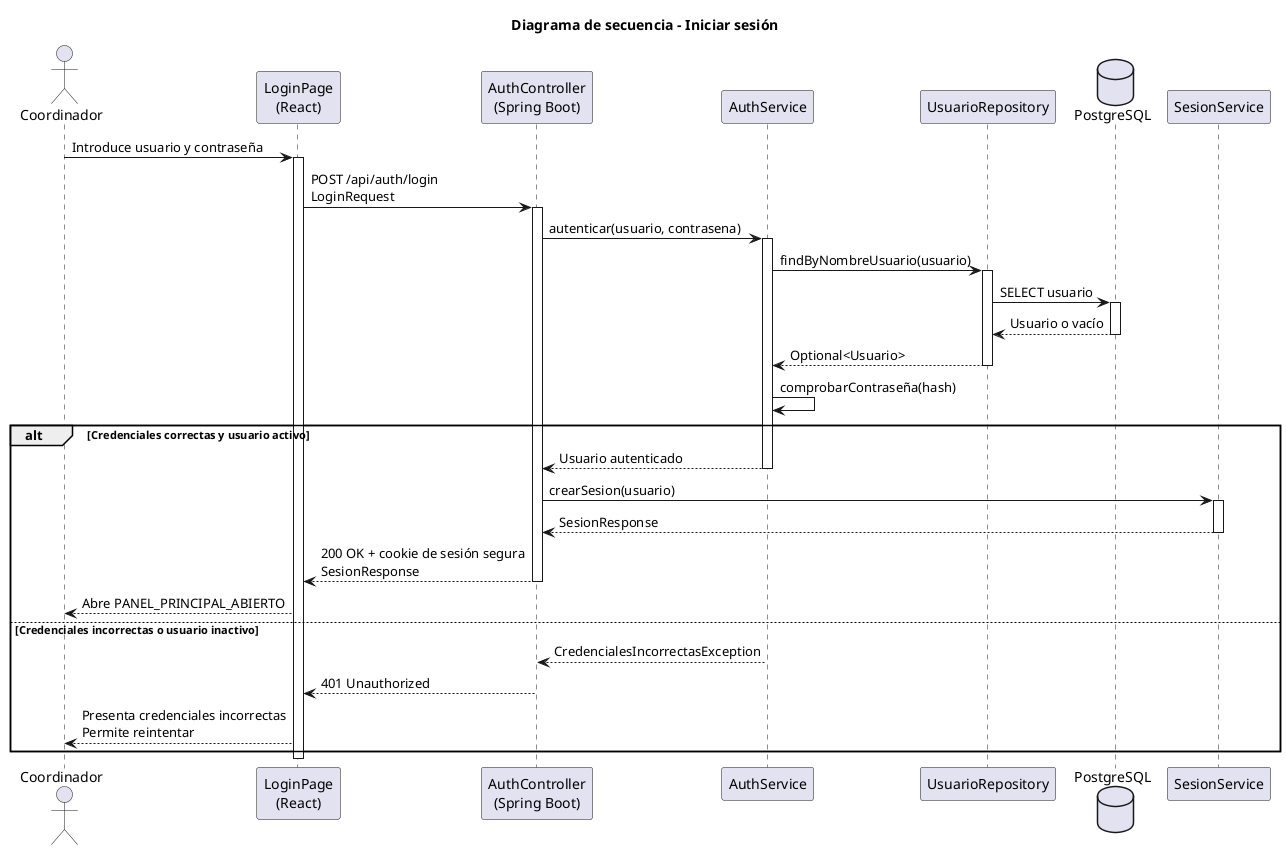
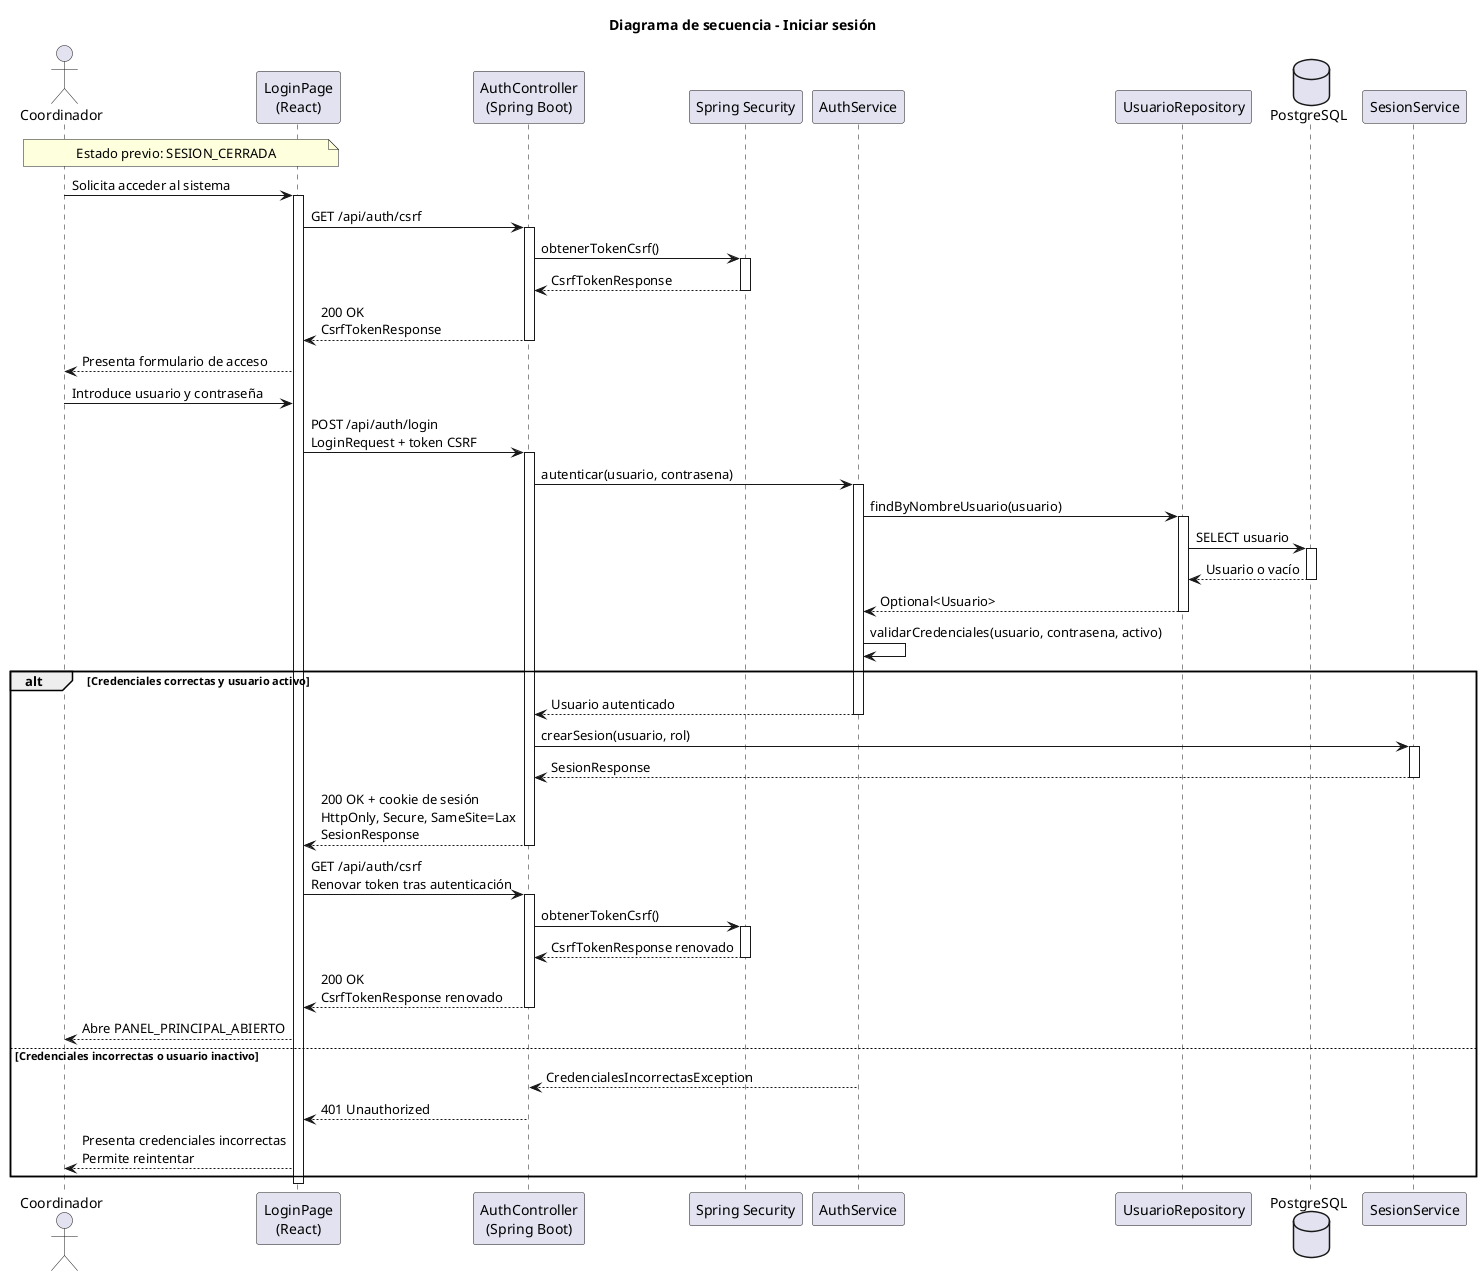
@startuml iniciarSesion-diseño
title Diagrama de secuencia - Iniciar sesión

actor Coordinador
participant "LoginPage\n(React)" as Frontend
participant "AuthController\n(Spring Boot)" as Api
+ participant "Spring Security" as Security
participant "AuthService" as Auth
participant "UsuarioRepository" as Repo
database "PostgreSQL" as Database
participant "SesionService" as Sesion

+ note over Coordinador, Frontend
+ Estado previo: SESION_CERRADA
+ end note
+ 
+ Coordinador -> Frontend: Solicita acceder al sistema
+ activate Frontend
+ Frontend -> Api: GET /api/auth/csrf
+ activate Api
+ Api -> Security: obtenerTokenCsrf()
+ activate Security
+ Security --> Api: CsrfTokenResponse
+ deactivate Security
+ Api --> Frontend: 200 OK\nCsrfTokenResponse
+ deactivate Api
+ Frontend --> Coordinador: Presenta formulario de acceso
Coordinador -> Frontend: Introduce usuario y contraseña
- activate Frontend
- Frontend -> Api: POST /api/auth/login\nLoginRequest
+ Frontend -> Api: POST /api/auth/login\nLoginRequest + token CSRF
activate Api
Api -> Auth: autenticar(usuario, contrasena)
activate Auth
Auth -> Repo: findByNombreUsuario(usuario)
activate Repo
Repo -> Database: SELECT usuario
activate Database
Database --> Repo: Usuario o vacío
deactivate Database
Repo --> Auth: Optional<Usuario>
deactivate Repo
- Auth -> Auth: comprobarContraseña(hash)
+ Auth -> Auth: validarCredenciales(usuario, contrasena, activo)

alt Credenciales correctas y usuario activo
    Auth --> Api: Usuario autenticado
    deactivate Auth
-     Api -> Sesion: crearSesion(usuario)
+     Api -> Sesion: crearSesion(usuario, rol)
    activate Sesion
    Sesion --> Api: SesionResponse
    deactivate Sesion
-     Api --> Frontend: 200 OK + cookie de sesión segura\nSesionResponse
+     Api --> Frontend: 200 OK + cookie de sesión\nHttpOnly, Secure, SameSite=Lax\nSesionResponse
+     deactivate Api
+     Frontend -> Api: GET /api/auth/csrf\nRenovar token tras autenticación
+     activate Api
+     Api -> Security: obtenerTokenCsrf()
+     activate Security
+     Security --> Api: CsrfTokenResponse renovado
+     deactivate Security
+     Api --> Frontend: 200 OK\nCsrfTokenResponse renovado
    deactivate Api
    Frontend --> Coordinador: Abre PANEL_PRINCIPAL_ABIERTO
else Credenciales incorrectas o usuario inactivo
    Auth --> Api: CredencialesIncorrectasException
    deactivate Auth
    Api --> Frontend: 401 Unauthorized
    deactivate Api
    Frontend --> Coordinador: Presenta credenciales incorrectas\nPermite reintentar
end
deactivate Frontend

@enduml
